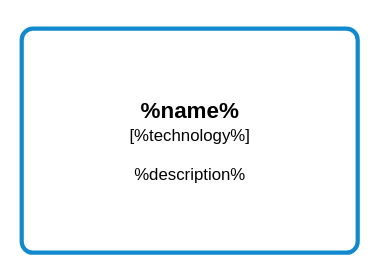
This is assets/internal-component.svg from draftsmanlighthouse/draftsmanlighthouse.github.io, a draw.io export, as it was before one commit. Source tidied: cells renumbered, new cells last; positions are measured from the earlier drawing's top-left corner, leaving out a move shared by most shapes.
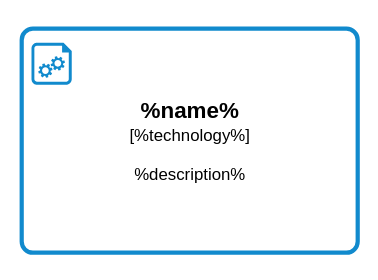
After the change.

Diff of the diagram source:
```diff
@@ -8,5 +8,8 @@
     <mxCell id="3" value="&lt;b style=&quot;text-wrap-mode: nowrap;&quot;&gt;&lt;font style=&quot;font-size: 16px;&quot;&gt;%name%&lt;/font&gt;&lt;/b&gt;&lt;div style=&quot;text-wrap-mode: nowrap;&quot;&gt;[%technology%]&lt;/div&gt;&lt;div style=&quot;text-wrap-mode: nowrap;&quot;&gt;&lt;br&gt;&lt;/div&gt;&lt;div style=&quot;text-wrap-mode: nowrap;&quot;&gt;%description%&lt;/div&gt;" style="rounded=1;whiteSpace=wrap;html=1;arcSize=5;fillColor=#FFFFFF;strokeColor=#118ACD;strokeWidth=3;" parent="1" vertex="1">
       <mxGeometry x="15" y="20" width="240" height="160" as="geometry" />
     </mxCell>
+    <mxCell id="4" style="sketch=0;shadow=0;dashed=0;html=1;strokeColor=none;labelPosition=center;verticalLabelPosition=bottom;verticalAlign=top;align=center;shape=mxgraph.azure.startup_task;fillColor=#118ACD;" parent="1" vertex="1">
+      <mxGeometry x="22" y="30" width="28.8" height="30" as="geometry" />
+    </mxCell>
   </root>
 </mxGraphModel>
```
